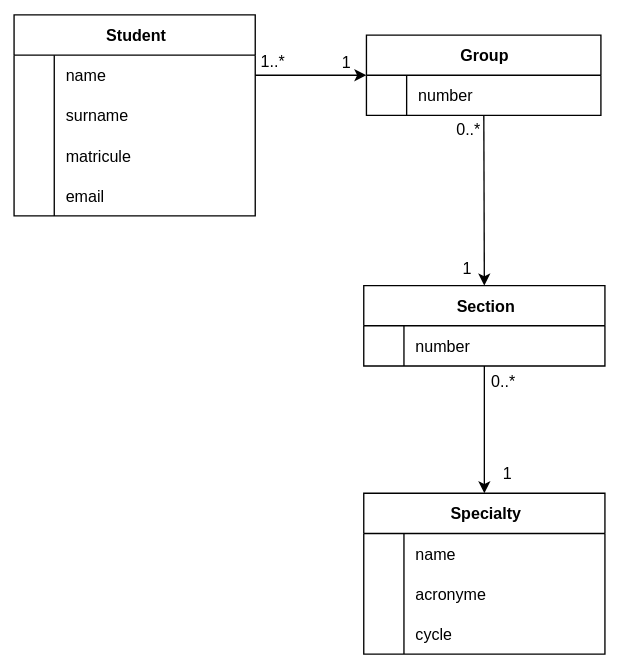
Earlier version of the draw.io export media/pedagogical_structure.svg (mannara-org/WhatAreTheyWorth). Source tidied: cells renumbered, new cells last; positions are measured from the earlier drawing's top-left corner, leaving out a move shared by most shapes. Source of this version:
```xml
<mxGraphModel>
  <root>
    <mxCell id="0" />
    <mxCell id="1" parent="0" />
    <mxCell id="2" value="Student" style="shape=table;startSize=30;rowLines=0;fontStyle=1;align=center;html=1;" parent="1" vertex="1">
      <mxGeometry width="180" height="150" as="geometry" />
    </mxCell>
    <mxCell id="3" style="shape=tableRow;horizontal=0;startSize=0;swimlaneHead=0;swimlaneBody=0;fillColor=none;points=[[0,0.5],[1,0.5]];portConstraint=eastwest;top=0;left=0;right=0;bottom=0;" parent="2" vertex="1">
      <mxGeometry y="30" width="180" height="30" as="geometry" />
    </mxCell>
    <mxCell id="4" style="shape=partialRectangle;fillColor=none;top=0;left=0;bottom=0;right=0;overflow=hidden;whiteSpace=wrap;html=1;" parent="3" vertex="1">
      <mxGeometry width="30" height="30" as="geometry" />
    </mxCell>
    <mxCell id="5" value="name" style="shape=partialRectangle;fillColor=none;top=0;left=0;bottom=0;right=0;align=left;spacingLeft=6;overflow=hidden;whiteSpace=wrap;html=1;" parent="3" vertex="1">
      <mxGeometry x="30" width="150" height="30" as="geometry" />
    </mxCell>
    <mxCell id="6" style="shape=tableRow;horizontal=0;startSize=0;swimlaneHead=0;swimlaneBody=0;fillColor=none;top=0;left=0;right=0;bottom=0;" parent="2" vertex="1">
      <mxGeometry y="60" width="180" height="30" as="geometry" />
    </mxCell>
    <mxCell id="7" style="shape=partialRectangle;fillColor=none;top=0;left=0;bottom=0;right=0;overflow=hidden;whiteSpace=wrap;html=1;" parent="6" vertex="1">
      <mxGeometry width="30" height="30" as="geometry" />
    </mxCell>
    <mxCell id="8" value="surname" style="shape=partialRectangle;fillColor=none;top=0;left=0;bottom=0;right=0;align=left;spacingLeft=6;overflow=hidden;whiteSpace=wrap;html=1;" parent="6" vertex="1">
      <mxGeometry x="30" width="150" height="30" as="geometry" />
    </mxCell>
    <mxCell id="9" style="shape=tableRow;horizontal=0;startSize=0;swimlaneHead=0;swimlaneBody=0;fillColor=none;top=0;left=0;right=0;bottom=0;" parent="2" vertex="1">
      <mxGeometry y="90" width="180" height="30" as="geometry" />
    </mxCell>
    <mxCell id="10" style="shape=partialRectangle;fillColor=none;top=0;left=0;bottom=0;right=0;overflow=hidden;whiteSpace=wrap;html=1;" parent="9" vertex="1">
      <mxGeometry width="30" height="30" as="geometry" />
    </mxCell>
    <mxCell id="11" value="matricule" style="shape=partialRectangle;fillColor=none;top=0;left=0;bottom=0;right=0;align=left;spacingLeft=6;overflow=hidden;whiteSpace=wrap;html=1;" parent="9" vertex="1">
      <mxGeometry x="30" width="150" height="30" as="geometry" />
    </mxCell>
    <mxCell id="12" style="shape=tableRow;horizontal=0;startSize=0;swimlaneHead=0;swimlaneBody=0;fillColor=none;top=0;left=0;right=0;bottom=0;" parent="2" vertex="1">
      <mxGeometry y="120" width="180" height="30" as="geometry" />
    </mxCell>
    <mxCell id="13" style="shape=partialRectangle;fillColor=none;top=0;left=0;bottom=0;right=0;overflow=hidden;whiteSpace=wrap;html=1;" parent="12" vertex="1">
      <mxGeometry width="30" height="30" as="geometry" />
    </mxCell>
    <mxCell id="14" value="email" style="shape=partialRectangle;fillColor=none;top=0;left=0;bottom=0;right=0;align=left;spacingLeft=6;overflow=hidden;whiteSpace=wrap;html=1;" parent="12" vertex="1">
      <mxGeometry x="30" width="150" height="30" as="geometry" />
    </mxCell>
    <mxCell id="15" style="edgeStyle=none;html=1;entryX=0.5;entryY=0;entryDx=0;entryDy=0;" parent="1" edge="1" source="16" target="36">
      <mxGeometry relative="1" as="geometry" />
    </mxCell>
    <mxCell id="16" value="Group" style="shape=table;startSize=30;rowLines=0;fontStyle=1;align=center;html=1;" parent="1" vertex="1">
      <mxGeometry x="263" y="15" width="175" height="60" as="geometry" />
    </mxCell>
    <mxCell id="17" style="shape=tableRow;horizontal=0;startSize=0;swimlaneHead=0;swimlaneBody=0;fillColor=none;top=0;left=0;right=0;bottom=0;" parent="16" vertex="1">
      <mxGeometry y="30" width="175" height="30" as="geometry" />
    </mxCell>
    <mxCell id="18" style="shape=partialRectangle;fillColor=none;top=0;left=0;bottom=0;right=0;overflow=hidden;whiteSpace=wrap;html=1;" parent="17" vertex="1">
      <mxGeometry width="30" height="30" as="geometry" />
    </mxCell>
    <mxCell id="19" value="number" style="shape=partialRectangle;fillColor=none;top=0;left=0;bottom=0;right=0;align=left;spacingLeft=6;overflow=hidden;whiteSpace=wrap;html=1;" parent="17" vertex="1">
      <mxGeometry x="30" width="145" height="30" as="geometry" />
    </mxCell>
    <mxCell id="20" style="edgeStyle=none;html=1;entryX=0;entryY=0.5;entryDx=0;entryDy=0;align=center;spacingLeft=0;endArrow=classic;endFill=1;" parent="1" edge="1" source="3" target="16">
      <mxGeometry relative="1" as="geometry" />
    </mxCell>
    <mxCell id="21" value="1..*" style="text;html=1;align=center;verticalAlign=middle;strokeColor=none;fillColor=none;" parent="1" vertex="1">
      <mxGeometry x="172" y="19" width="40" height="30" as="geometry" />
    </mxCell>
    <mxCell id="22" value="1" style="text;html=1;align=center;verticalAlign=middle;strokeColor=none;fillColor=none;" parent="1" vertex="1">
      <mxGeometry x="232" y="20" width="30" height="30" as="geometry" />
    </mxCell>
    <mxCell id="23" value="Specialty" style="shape=table;startSize=30;rowLines=0;fontStyle=1;align=center;html=1;" parent="1" vertex="1">
      <mxGeometry x="261" y="357" width="180" height="120" as="geometry" />
    </mxCell>
    <mxCell id="24" style="shape=tableRow;horizontal=0;startSize=0;swimlaneHead=0;swimlaneBody=0;fillColor=none;top=0;left=0;right=0;bottom=0;" parent="23" vertex="1">
      <mxGeometry y="30" width="180" height="30" as="geometry" />
    </mxCell>
    <mxCell id="25" style="shape=partialRectangle;fillColor=none;top=0;left=0;bottom=0;right=0;overflow=hidden;whiteSpace=wrap;html=1;" parent="24" vertex="1">
      <mxGeometry width="30" height="30" as="geometry" />
    </mxCell>
    <mxCell id="26" value="name" style="shape=partialRectangle;fillColor=none;top=0;left=0;bottom=0;right=0;align=left;spacingLeft=6;overflow=hidden;whiteSpace=wrap;html=1;" parent="24" vertex="1">
      <mxGeometry x="30" width="150" height="30" as="geometry" />
    </mxCell>
    <mxCell id="27" style="shape=tableRow;horizontal=0;startSize=0;swimlaneHead=0;swimlaneBody=0;fillColor=none;top=0;left=0;right=0;bottom=0;" parent="23" vertex="1">
      <mxGeometry y="60" width="180" height="30" as="geometry" />
    </mxCell>
    <mxCell id="28" style="shape=partialRectangle;fillColor=none;top=0;left=0;bottom=0;right=0;overflow=hidden;whiteSpace=wrap;html=1;" parent="27" vertex="1">
      <mxGeometry width="30" height="30" as="geometry" />
    </mxCell>
    <mxCell id="29" value="acronyme" style="shape=partialRectangle;fillColor=none;top=0;left=0;bottom=0;right=0;align=left;spacingLeft=6;overflow=hidden;whiteSpace=wrap;html=1;" parent="27" vertex="1">
      <mxGeometry x="30" width="150" height="30" as="geometry" />
    </mxCell>
    <mxCell id="30" style="shape=tableRow;horizontal=0;startSize=0;swimlaneHead=0;swimlaneBody=0;fillColor=none;top=0;left=0;right=0;bottom=0;" parent="23" vertex="1">
      <mxGeometry y="90" width="180" height="30" as="geometry" />
    </mxCell>
    <mxCell id="31" style="shape=partialRectangle;fillColor=none;top=0;left=0;bottom=0;right=0;overflow=hidden;whiteSpace=wrap;html=1;" parent="30" vertex="1">
      <mxGeometry width="30" height="30" as="geometry" />
    </mxCell>
    <mxCell id="32" value="cycle" style="shape=partialRectangle;fillColor=none;top=0;left=0;bottom=0;right=0;align=left;spacingLeft=6;overflow=hidden;whiteSpace=wrap;html=1;" parent="30" vertex="1">
      <mxGeometry x="30" width="150" height="30" as="geometry" />
    </mxCell>
    <mxCell id="33" value="0..*" style="text;html=1;align=center;verticalAlign=middle;strokeColor=none;fillColor=none;" parent="1" vertex="1">
      <mxGeometry x="318" y="70" width="40" height="30" as="geometry" />
    </mxCell>
    <mxCell id="34" value="1" style="text;html=1;align=center;verticalAlign=middle;strokeColor=none;fillColor=none;" parent="1" vertex="1">
      <mxGeometry x="352" y="327" width="30" height="30" as="geometry" />
    </mxCell>
    <mxCell id="35" style="edgeStyle=none;html=1;entryX=0.5;entryY=0;entryDx=0;entryDy=0;" parent="1" edge="1" source="36" target="23">
      <mxGeometry relative="1" as="geometry" />
    </mxCell>
    <mxCell id="36" value="Section" style="shape=table;startSize=30;rowLines=0;fontStyle=1;align=center;html=1;" parent="1" vertex="1">
      <mxGeometry x="261" y="202" width="180" height="60" as="geometry" />
    </mxCell>
    <mxCell id="37" style="shape=tableRow;horizontal=0;startSize=0;swimlaneHead=0;swimlaneBody=0;fillColor=none;top=0;left=0;right=0;bottom=0;" parent="36" vertex="1">
      <mxGeometry y="30" width="180" height="30" as="geometry" />
    </mxCell>
    <mxCell id="38" style="shape=partialRectangle;fillColor=none;top=0;left=0;bottom=0;right=0;overflow=hidden;whiteSpace=wrap;html=1;" parent="37" vertex="1">
      <mxGeometry width="30" height="30" as="geometry" />
    </mxCell>
    <mxCell id="39" value="number" style="shape=partialRectangle;fillColor=none;top=0;left=0;bottom=0;right=0;align=left;spacingLeft=6;overflow=hidden;whiteSpace=wrap;html=1;" parent="37" vertex="1">
      <mxGeometry x="30" width="150" height="30" as="geometry" />
    </mxCell>
    <mxCell id="40" value="1" style="text;html=1;align=center;verticalAlign=middle;strokeColor=none;fillColor=none;" parent="1" vertex="1">
      <mxGeometry x="322" y="174" width="30" height="30" as="geometry" />
    </mxCell>
    <mxCell id="41" value="0..*" style="text;html=1;align=center;verticalAlign=middle;strokeColor=none;fillColor=none;" parent="1" vertex="1">
      <mxGeometry x="344" y="258" width="40" height="30" as="geometry" />
    </mxCell>
  </root>
</mxGraphModel>
```
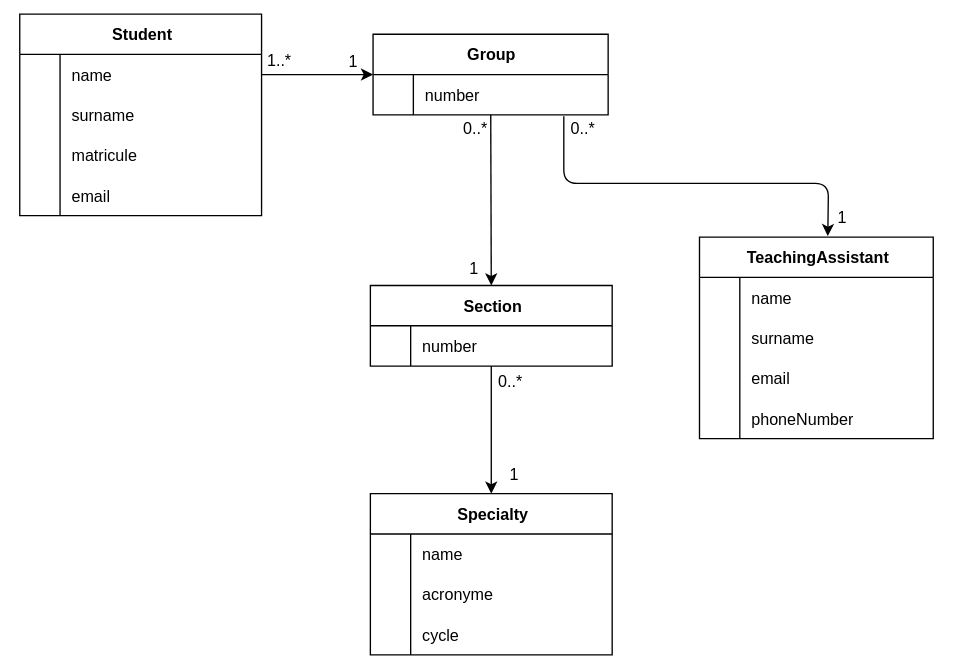
Later version of the same file.

Commit message:
schema problem

Diff of the diagram source:
```diff
@@ -122,5 +122,59 @@
     <mxCell id="41" value="0..*" style="text;html=1;align=center;verticalAlign=middle;strokeColor=none;fillColor=none;" parent="1" vertex="1">
       <mxGeometry x="344" y="258" width="40" height="30" as="geometry" />
     </mxCell>
+    <mxCell id="42" style="edgeStyle=none;html=1;endArrow=classic;endFill=1;entryX=0.549;entryY=-0.005;entryDx=0;entryDy=0;entryPerimeter=0;exitX=0.813;exitY=1.038;exitDx=0;exitDy=0;exitPerimeter=0;" parent="1" edge="1" target="43">
+      <mxGeometry relative="1" as="geometry">
+        <mxPoint x="405" y="76" as="sourcePoint" />
+        <Array as="points">
+          <mxPoint x="405" y="126" />
+          <mxPoint x="602" y="126" />
+        </Array>
+      </mxGeometry>
+    </mxCell>
+    <mxCell id="43" value="TeachingAssistant" style="shape=table;startSize=30;rowLines=0;fontStyle=1;align=center;html=1;" parent="1" vertex="1">
+      <mxGeometry x="506" y="166" width="174" height="150" as="geometry" />
+    </mxCell>
+    <mxCell id="44" style="shape=tableRow;horizontal=0;startSize=0;swimlaneHead=0;swimlaneBody=0;fillColor=none;top=0;left=0;right=0;bottom=0;" parent="43" vertex="1">
+      <mxGeometry y="30" width="174" height="30" as="geometry" />
+    </mxCell>
+    <mxCell id="45" style="shape=partialRectangle;fillColor=none;top=0;left=0;bottom=0;right=0;overflow=hidden;whiteSpace=wrap;html=1;" parent="44" vertex="1">
+      <mxGeometry width="30" height="30" as="geometry" />
+    </mxCell>
+    <mxCell id="46" value="name" style="shape=partialRectangle;fillColor=none;top=0;left=0;bottom=0;right=0;align=left;spacingLeft=6;overflow=hidden;whiteSpace=wrap;html=1;" parent="44" vertex="1">
+      <mxGeometry x="30" width="144" height="30" as="geometry" />
+    </mxCell>
+    <mxCell id="47" style="shape=tableRow;horizontal=0;startSize=0;swimlaneHead=0;swimlaneBody=0;fillColor=none;top=0;left=0;right=0;bottom=0;" parent="43" vertex="1">
+      <mxGeometry y="60" width="174" height="30" as="geometry" />
+    </mxCell>
+    <mxCell id="48" style="shape=partialRectangle;fillColor=none;top=0;left=0;bottom=0;right=0;overflow=hidden;whiteSpace=wrap;html=1;" parent="47" vertex="1">
+      <mxGeometry width="30" height="30" as="geometry" />
+    </mxCell>
+    <mxCell id="49" value="surname" style="shape=partialRectangle;fillColor=none;top=0;left=0;bottom=0;right=0;align=left;spacingLeft=6;overflow=hidden;whiteSpace=wrap;html=1;" parent="47" vertex="1">
+      <mxGeometry x="30" width="144" height="30" as="geometry" />
+    </mxCell>
+    <mxCell id="50" style="shape=tableRow;horizontal=0;startSize=0;swimlaneHead=0;swimlaneBody=0;fillColor=none;top=0;left=0;right=0;bottom=0;" parent="43" vertex="1">
+      <mxGeometry y="90" width="174" height="30" as="geometry" />
+    </mxCell>
+    <mxCell id="51" style="shape=partialRectangle;fillColor=none;top=0;left=0;bottom=0;right=0;overflow=hidden;whiteSpace=wrap;html=1;" parent="50" vertex="1">
+      <mxGeometry width="30" height="30" as="geometry" />
+    </mxCell>
+    <mxCell id="52" value="email" style="shape=partialRectangle;fillColor=none;top=0;left=0;bottom=0;right=0;align=left;spacingLeft=6;overflow=hidden;whiteSpace=wrap;html=1;" parent="50" vertex="1">
+      <mxGeometry x="30" width="144" height="30" as="geometry" />
+    </mxCell>
+    <mxCell id="53" style="shape=tableRow;horizontal=0;startSize=0;swimlaneHead=0;swimlaneBody=0;fillColor=none;top=0;left=0;right=0;bottom=0;" parent="43" vertex="1">
+      <mxGeometry y="120" width="174" height="30" as="geometry" />
+    </mxCell>
+    <mxCell id="54" style="shape=partialRectangle;fillColor=none;top=0;left=0;bottom=0;right=0;overflow=hidden;whiteSpace=wrap;html=1;" parent="53" vertex="1">
+      <mxGeometry width="30" height="30" as="geometry" />
+    </mxCell>
+    <mxCell id="55" value="phoneNumber" style="shape=partialRectangle;fillColor=none;top=0;left=0;bottom=0;right=0;align=left;spacingLeft=6;overflow=hidden;whiteSpace=wrap;html=1;" parent="53" vertex="1">
+      <mxGeometry x="30" width="144" height="30" as="geometry" />
+    </mxCell>
+    <mxCell id="56" value="0..*" style="text;html=1;align=center;verticalAlign=middle;strokeColor=none;fillColor=none;" parent="1" vertex="1">
+      <mxGeometry x="398" y="70" width="40" height="30" as="geometry" />
+    </mxCell>
+    <mxCell id="57" value="1" style="text;html=1;align=center;verticalAlign=middle;strokeColor=none;fillColor=none;" parent="1" vertex="1">
+      <mxGeometry x="596" y="136" width="30" height="30" as="geometry" />
+    </mxCell>
   </root>
 </mxGraphModel>
```
